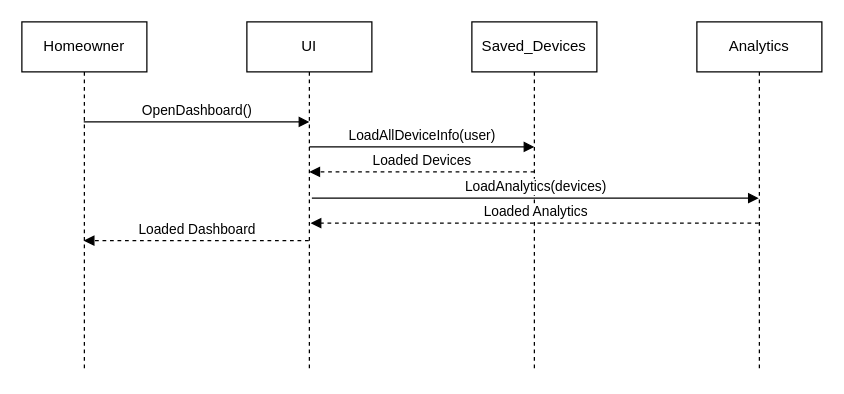
uvic-teach/project-m1-team15 keeps this draw.io diagram as 3_1_SequenceDiagram.drawio. Above is the earlier version. Source tidied: cells renumbered, new cells numbered last; positions are measured from the earlier drawing's top-left corner, leaving out a move shared by most shapes. Both pictures are drawn from the tidied source at 125%, with x=0, y=0 at pixel (21, 21).
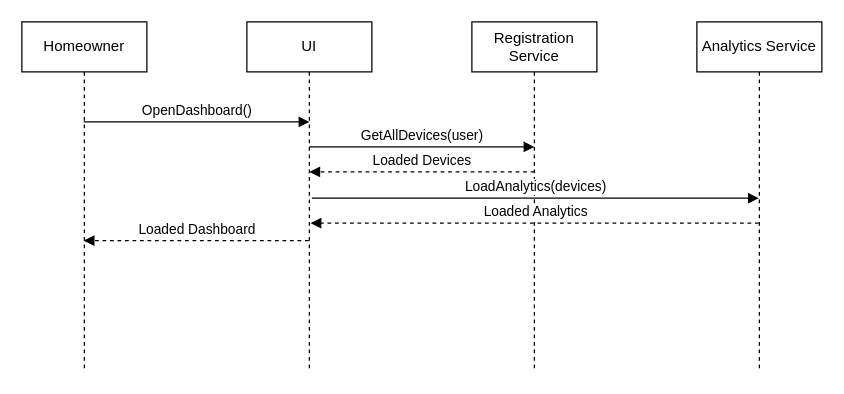
The same diagram, later.

Commit message:
Update naming for 3_1_SequenceDiagram

Diff of the diagram source:
```diff
@@
-    <mxCell id="6" value="Saved_Devices" style="shape=umlLifeline;perimeter=lifelinePerimeter;whiteSpace=wrap;html=1;newEdgeStyle={&quot;edgeStyle&quot;:&quot;elbowEdgeStyle&quot;,&quot;elbow&quot;:&quot;vertical&quot;,&quot;curved&quot;:0,&quot;rounded&quot;:0};" parent="1" vertex="1">
+    <mxCell id="6" value="Registration Service" style="shape=umlLifeline;perimeter=lifelinePerimeter;whiteSpace=wrap;html=1;newEdgeStyle={&quot;edgeStyle&quot;:&quot;elbowEdgeStyle&quot;,&quot;elbow&quot;:&quot;vertical&quot;,&quot;curved&quot;:0,&quot;rounded&quot;:0};" parent="1" vertex="1">
       <mxGeometry x="360" width="100" height="280" as="geometry" />
     </mxCell>
-    <mxCell id="7" value="Analytics" style="shape=umlLifeline;perimeter=lifelinePerimeter;whiteSpace=wrap;html=1;outlineConnect=0;portConstraint=eastwest;newEdgeStyle={&quot;edgeStyle&quot;:&quot;elbowEdgeStyle&quot;,&quot;elbow&quot;:&quot;vertical&quot;,&quot;curved&quot;:0,&quot;rounded&quot;:0};" parent="1" vertex="1">
+    <mxCell id="7" value="Analytics Service" style="shape=umlLifeline;perimeter=lifelinePerimeter;whiteSpace=wrap;html=1;outlineConnect=0;portConstraint=eastwest;newEdgeStyle={&quot;edgeStyle&quot;:&quot;elbowEdgeStyle&quot;,&quot;elbow&quot;:&quot;vertical&quot;,&quot;curved&quot;:0,&quot;rounded&quot;:0};" parent="1" vertex="1">
       <mxGeometry x="540" width="100" height="280" as="geometry" />
     </mxCell>
-    <mxCell id="8" value="LoadAllDeviceInfo(user)" style="html=1;verticalAlign=bottom;endArrow=block;edgeStyle=elbowEdgeStyle;elbow=vertical;curved=0;rounded=0;" parent="1" edge="1">
+    <mxCell id="8" value="GetAllDevices(user)" style="html=1;verticalAlign=bottom;endArrow=block;edgeStyle=elbowEdgeStyle;elbow=vertical;curved=0;rounded=0;" parent="1" edge="1">
       <mxGeometry relative="1" as="geometry">
         <mxPoint x="230" y="100" as="sourcePoint" />
         <mxPoint x="410" y="100" as="targetPoint" />
         <Array as="points">
           <mxPoint x="321" y="100" />
         </Array>
       </mxGeometry>
     </mxCell>
```
